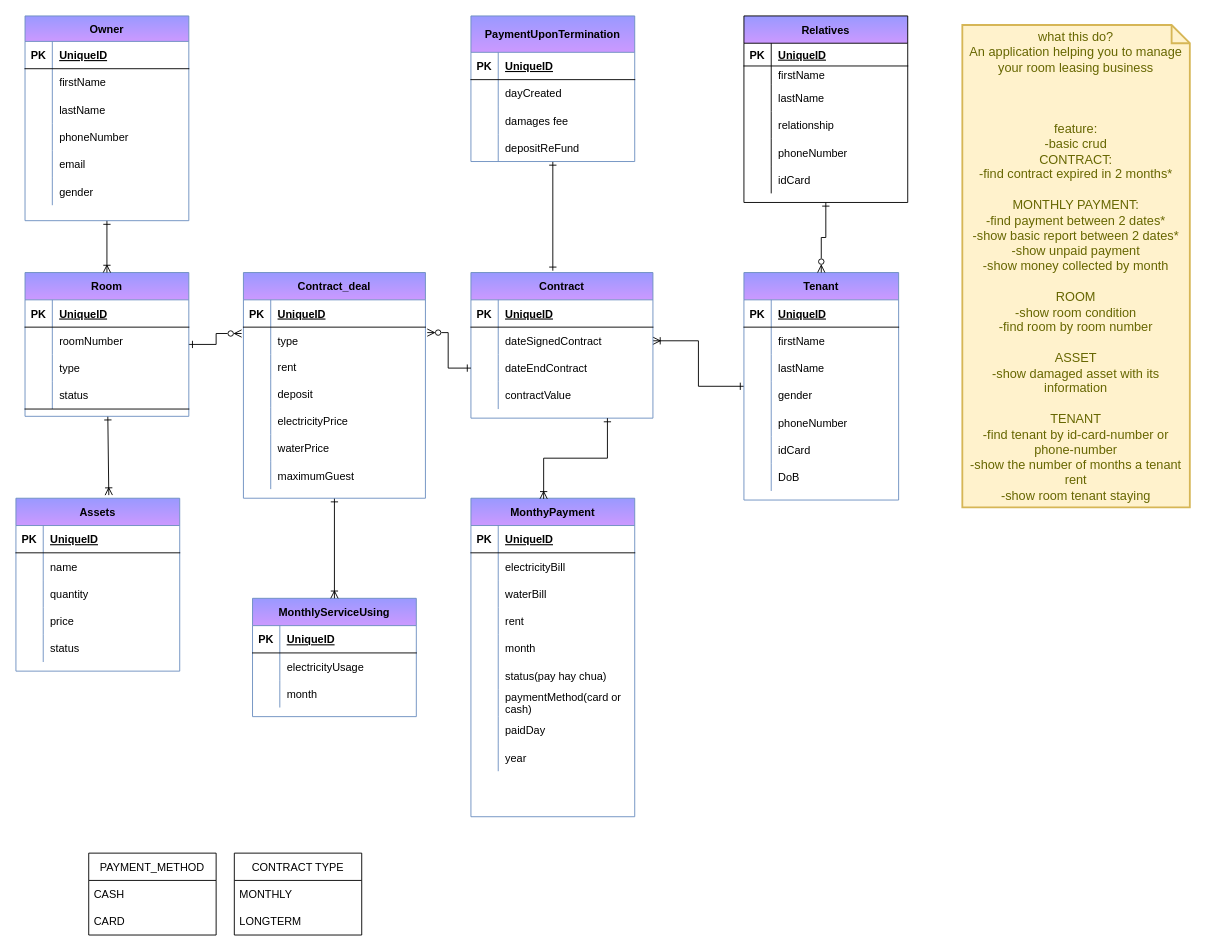
Earlier version of the draw.io diagram ql cho thue phong.drawio (phanduong9891/finalProjectWithLog). Source tidied: cells renumbered, new cells numbered last; positions are measured from the earlier drawing's top-left corner, leaving out a move shared by most shapes. Both pictures are drawn from the tidied source at 91%, with x=0, y=0 at pixel (15, 15).
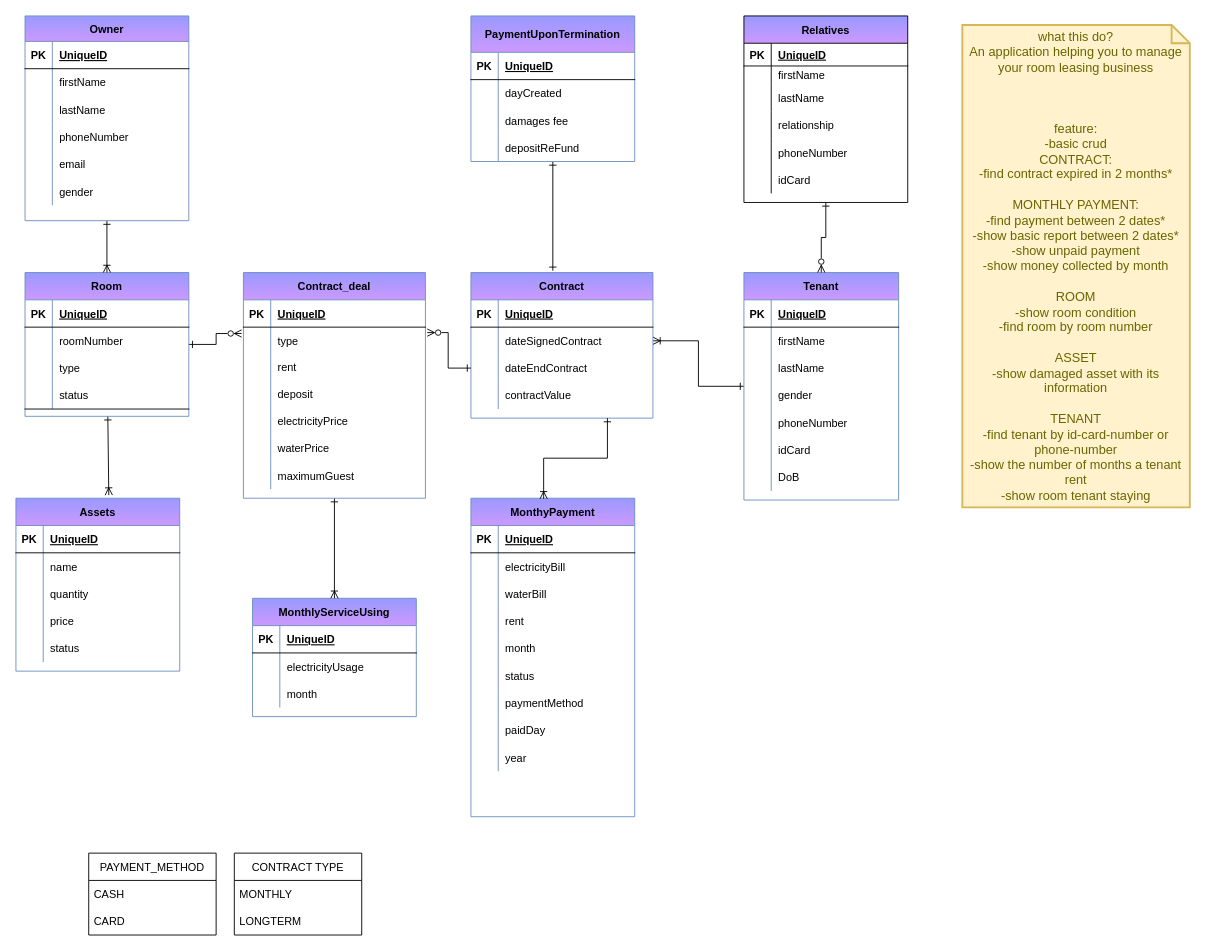
The same diagram, later.

Unchanged cells that the change refers to:
```xml
<mxCell id="151" style="shape=tableRow;horizontal=0;startSize=0;swimlaneHead=0;swimlaneBody=0;fillColor=none;top=0;left=0;right=0;bottom=0;" parent="135" vertex="1">
  <mxGeometry y="180" width="180" height="30" as="geometry" />
</mxCell>
<mxCell id="154" style="shape=tableRow;horizontal=0;startSize=0;swimlaneHead=0;swimlaneBody=0;fillColor=none;top=0;left=0;right=0;bottom=0;" parent="135" vertex="1">
  <mxGeometry y="210" width="180" height="30" as="geometry" />
</mxCell>
```

Diff of the diagram source:
```diff
@@
-    <mxCell id="153" value="status(pay hay chua)" style="shape=partialRectangle;fillColor=none;top=0;left=0;bottom=0;right=0;align=left;spacingLeft=6;overflow=hidden;" parent="151" vertex="1">
+    <mxCell id="153" value="status" style="shape=partialRectangle;fillColor=none;top=0;left=0;bottom=0;right=0;align=left;spacingLeft=6;overflow=hidden;" parent="151" vertex="1">
       <mxGeometry x="30" width="150" height="30" as="geometry" />
     </mxCell>
@@
-    <mxCell id="156" value="paymentMethod(card or&#10;cash)" style="shape=partialRectangle;fillColor=none;top=0;left=0;bottom=0;right=0;align=left;spacingLeft=6;overflow=hidden;" parent="154" vertex="1">
+    <mxCell id="156" value="paymentMethod" style="shape=partialRectangle;fillColor=none;top=0;left=0;bottom=0;right=0;align=left;spacingLeft=6;overflow=hidden;" parent="154" vertex="1">
       <mxGeometry x="30" width="150" height="30" as="geometry" />
     </mxCell>
```
